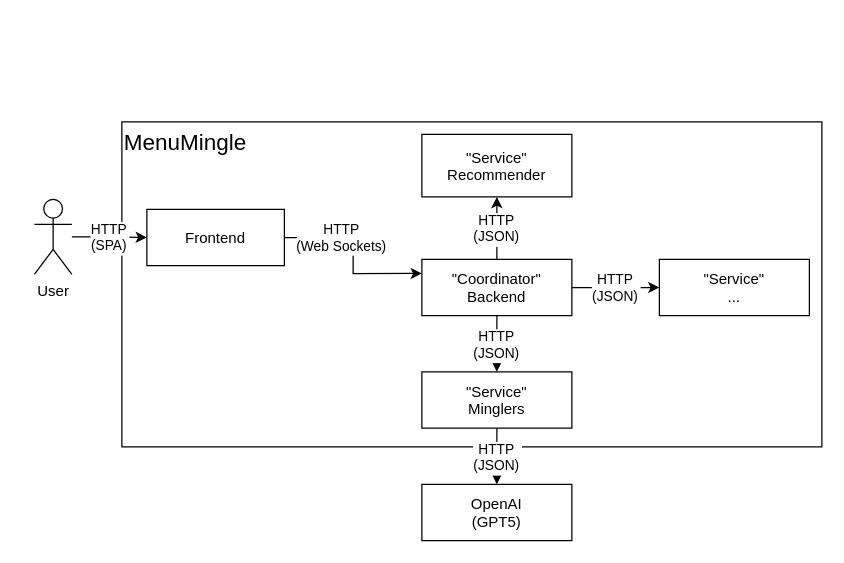
This is page "Baustein" (1 of 2) of docs/diagrams.drawio from baernhaeckt/menumingles, a draw.io file, before an edit. Source tidied: cells renumbered, new cells numbered last; positions are measured from the earlier drawing's top-left corner, leaving out a move shared by most shapes. Both pictures are drawn from the tidied source at 125%, with x=0, y=0 at pixel (34, 121).
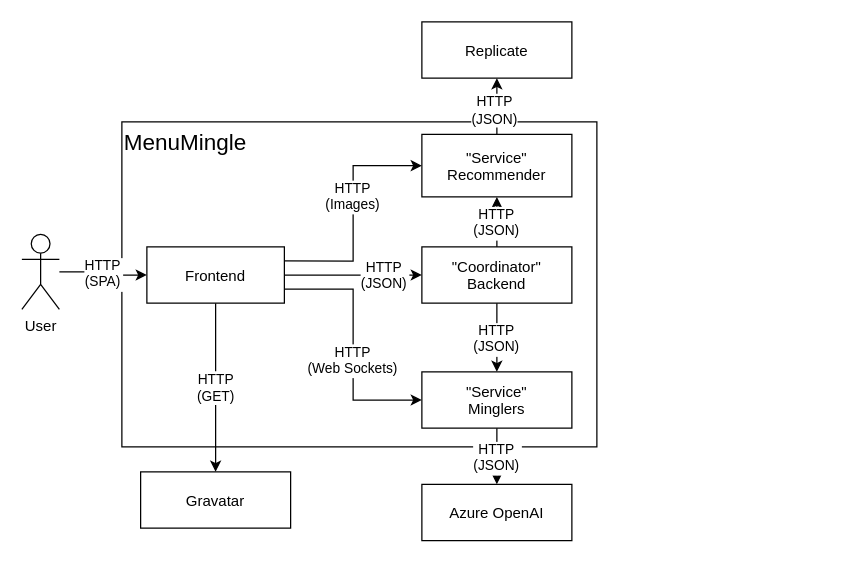
The same page after the edit.

Unchanged cells that the change refers to:
```xml
<mxCell id="7" value="&quot;Service&quot;&#10;Recommender" style="rounded=0;" parent="1" vertex="1">
  <mxGeometry x="310" y="10" width="120" height="50" as="geometry" />
</mxCell>
<mxCell id="15" value="&quot;Service&quot;&#10;Minglers" style="rounded=0;" parent="1" vertex="1">
  <mxGeometry x="310" y="200" width="120" height="45" as="geometry" />
</mxCell>
```

Diff of the diagram source:
```diff
@@
     <mxCell id="2" value="MenuMingle" style="rounded=0;whiteSpace=wrap;align=left;verticalAlign=top;fontSize=18;" parent="1" vertex="1">
-      <mxGeometry x="70" width="560" height="260" as="geometry" />
+      <mxGeometry x="70" width="380" height="260" as="geometry" />
     </mxCell>
@@
-    <mxCell id="5" value="HTTP&#10;(JSON)" style="edgeStyle=orthogonalEdgeStyle;rounded=0;jettySize=auto;" parent="1" edge="1" source="6" target="14">
-      <mxGeometry relative="1" as="geometry" />
-    </mxCell>
     <mxCell id="6" value="&quot;Coordinator&quot;&#10;Backend" style="rounded=0;" parent="1" vertex="1">
-      <mxGeometry x="310" y="110" width="120" height="45" as="geometry" />
+      <mxGeometry x="310" y="100" width="120" height="45" as="geometry" />
     </mxCell>
+    <mxCell id="16" style="edgeStyle=orthogonalEdgeStyle;rounded=0;jettySize=auto;html=1;" parent="1" edge="1" source="7" target="19">
+      <mxGeometry relative="1" as="geometry" />
+    </mxCell>
+    <mxCell id="17" value="HTTP&lt;br style=&quot;padding: 0px; margin: 0px;&quot;&gt;(JSON)" style="edgeLabel;html=1;align=center;verticalAlign=middle;" parent="16" vertex="1">
+      <mxGeometry x="-0.13" y="3" relative="1" as="geometry" />
+    </mxCell>
@@
-    <mxCell id="9" value="OpenAI&#10;(GPT5)" style="rounded=0;" parent="1" vertex="1">
+    <mxCell id="9" value="Azure OpenAI" style="rounded=0;" parent="1" vertex="1">
       <mxGeometry x="310" y="290" width="120" height="45" as="geometry" />
     </mxCell>
@@
     <mxCell id="11" value="User" style="shape=umlActor;verticalLabelPosition=bottom;verticalAlign=top;html=1;outlineConnect=0;" parent="1" vertex="1">
-      <mxGeometry y="62" width="30" height="60" as="geometry" />
+      <mxGeometry x="-10" y="90" width="30" height="60" as="geometry" />
     </mxCell>
-    <mxCell id="12" value="HTTP&#10;(Web Sockets)" style="edgeStyle=orthogonalEdgeStyle;rounded=0;jettySize=auto;entryX=0;entryY=0.25;entryDx=0;entryDy=0;" parent="1" edge="1" source="13" target="6">
-      <mxGeometry x="-0.33" relative="1" as="geometry" />
+    <mxCell id="12" value="HTTP&#10;(Web Sockets)" style="edgeStyle=orthogonalEdgeStyle;rounded=0;jettySize=auto;entryX=0;entryY=0.5;entryDx=0;entryDy=0;exitX=1;exitY=0.75;exitDx=0;exitDy=0;" parent="1" edge="1" source="13" target="15">
+      <mxGeometry x="0.13" relative="1" as="geometry" />
     </mxCell>
+    <mxCell id="18" value="HTTP&lt;br&gt;(GET)" style="edgeStyle=orthogonalEdgeStyle;rounded=0;jettySize=auto;html=1;" parent="1" edge="1" source="13" target="22">
+      <mxGeometry relative="1" as="geometry" />
+    </mxCell>
     <mxCell id="13" value="Frontend" style="rounded=0;" parent="1" vertex="1">
-      <mxGeometry x="90" y="70" width="110" height="45" as="geometry" />
+      <mxGeometry x="90" y="100" width="110" height="45" as="geometry" />
     </mxCell>
-    <mxCell id="14" value="&quot;Service&quot;&#10;..." style="rounded=0;" parent="1" vertex="1">
-      <mxGeometry x="500" y="110" width="120" height="45" as="geometry" />
-    </mxCell>
@@
+    <mxCell id="19" value="Replicate" style="rounded=0;" parent="1" vertex="1">
+      <mxGeometry x="310" y="-80" width="120" height="45" as="geometry" />
+    </mxCell>
+    <mxCell id="20" value="HTTP&#10;(Images)" style="edgeStyle=orthogonalEdgeStyle;rounded=0;jettySize=auto;entryX=0;entryY=0.5;entryDx=0;entryDy=0;exitX=1;exitY=0.25;exitDx=0;exitDy=0;" parent="1" edge="1" source="13" target="7">
+      <mxGeometry x="0.15" relative="1" as="geometry" />
+    </mxCell>
+    <mxCell id="21" value="HTTP&#10;(JSON)" style="edgeStyle=orthogonalEdgeStyle;rounded=0;jettySize=auto;entryX=0;entryY=0.5;entryDx=0;entryDy=0;exitX=1;exitY=0.5;exitDx=0;exitDy=0;" parent="1" edge="1" source="13" target="6">
+      <mxGeometry x="0.45" relative="1" as="geometry" />
+    </mxCell>
+    <mxCell id="22" value="Gravatar" style="rounded=0;" parent="1" vertex="1">
+      <mxGeometry x="85" y="280" width="120" height="45" as="geometry" />
+    </mxCell>
```
